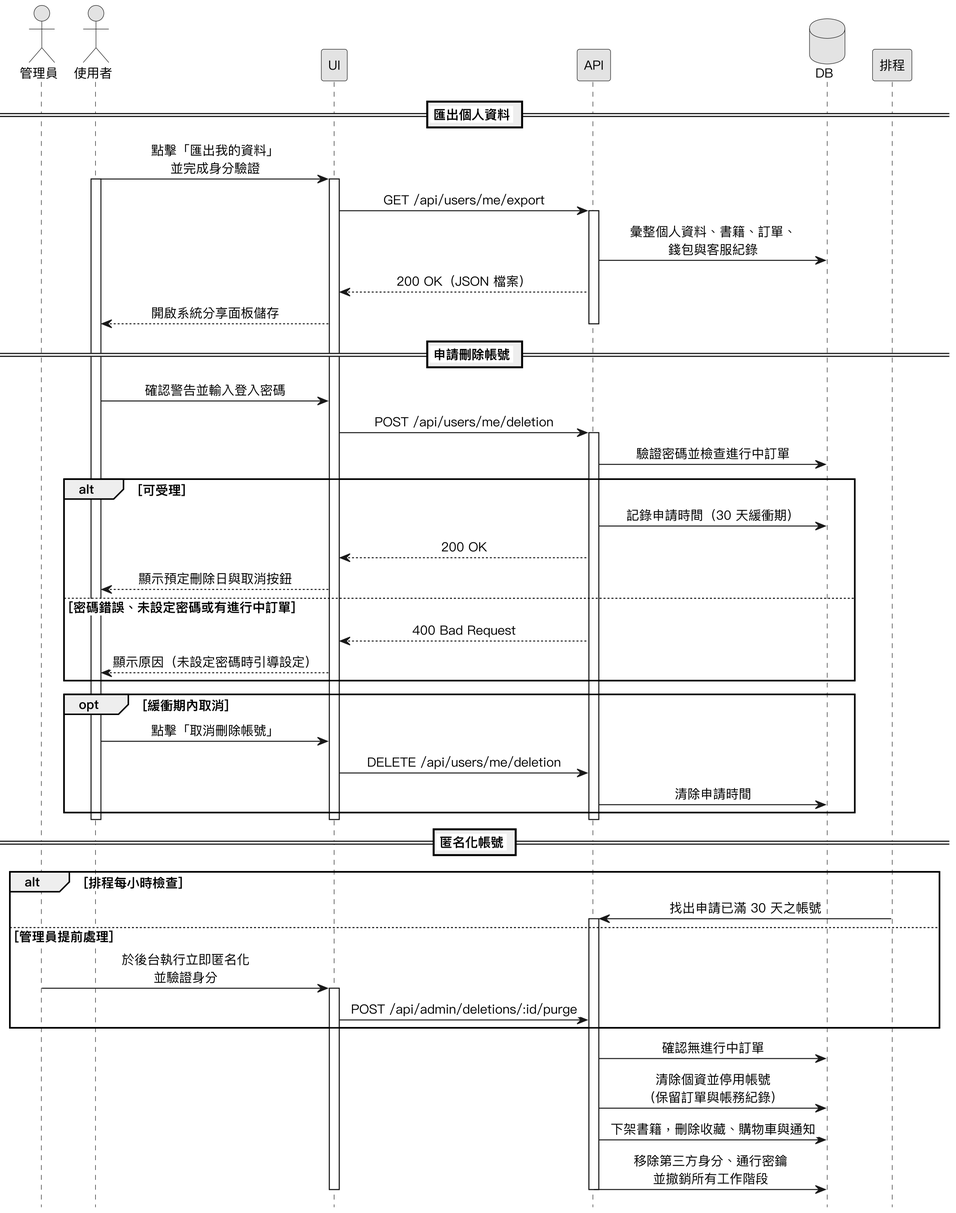
Earlier version of the PlantUML export Diagrams/Sequence Diagrams/v3/seq_account_deletion.png (SaveMyBook/SaveMyBook).
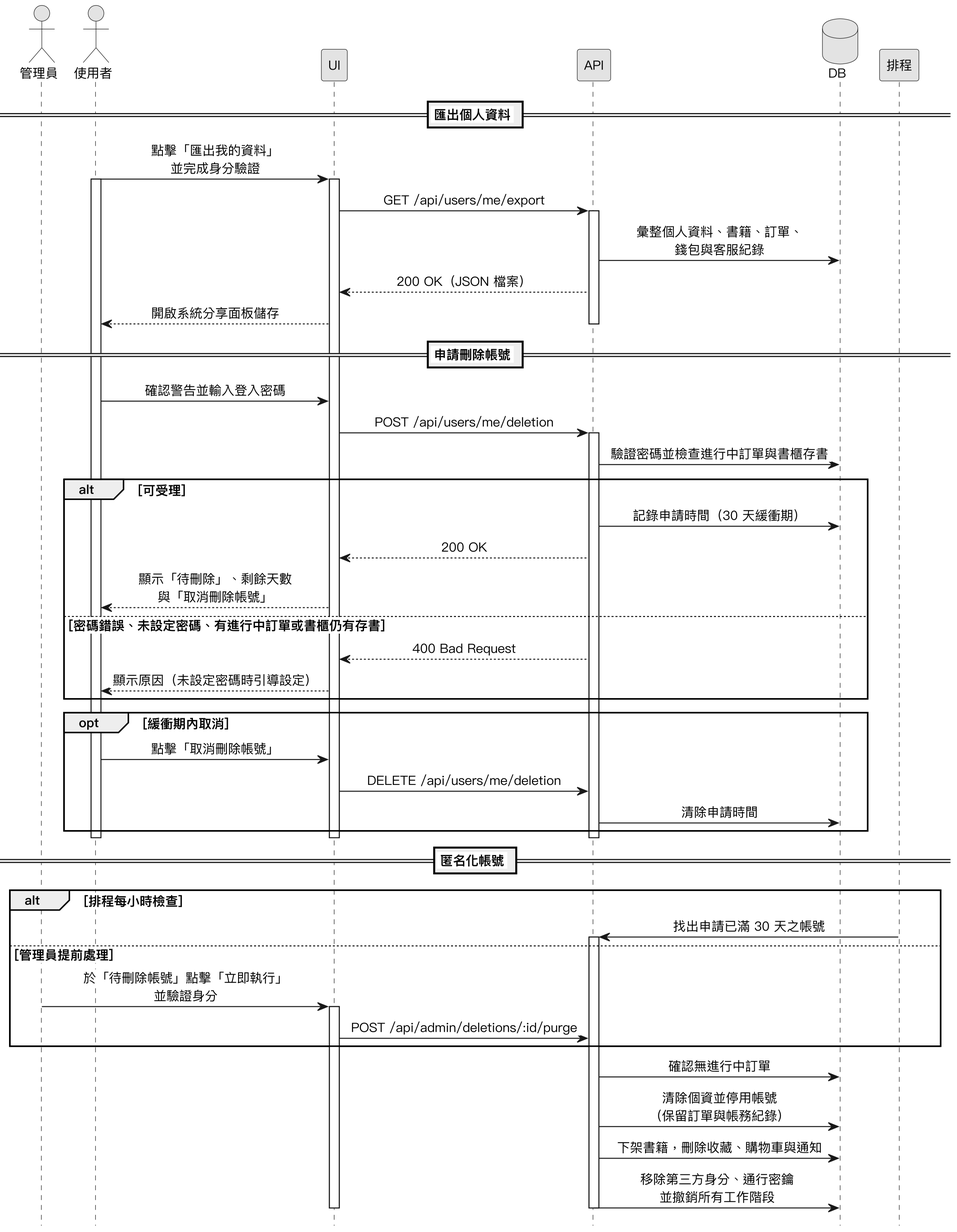
Later version of the same file.

The edit, as a diff of the source:
```diff
@@ -5,7 +5,7 @@
 skinparam defaultFontName "PingFang TC"
 skinparam defaultFontSize 13
 skinparam sequenceMessageAlign center
-skinparam ParticipantPadding 18
+skinparam ParticipantPadding 12
 hide footbox
 
 actor 管理員
@@ -30,12 +30,12 @@
 使用者 -> UI : 確認警告並輸入登入密碼
 UI -> API : POST /api/users/me/deletion
 activate API
-API -> DB : 驗證密碼並檢查進行中訂單
+API -> DB : 驗證密碼並檢查進行中訂單與書櫃存書
 alt 可受理
   API -> DB : 記錄申請時間（30 天緩衝期）
   API --> UI : 200 OK
-  UI --> 使用者 : 顯示預定刪除日與取消按鈕
-else 密碼錯誤、未設定密碼或有進行中訂單
+  UI --> 使用者 : 顯示「待刪除」、剩餘天數\n與「取消刪除帳號」
+else 密碼錯誤、未設定密碼、有進行中訂單或書櫃仍有存書
   API --> UI : 400 Bad Request
   UI --> 使用者 : 顯示原因（未設定密碼時引導設定）
 end
@@ -53,7 +53,7 @@
   排程 -> API : 找出申請已滿 30 天之帳號
   activate API
 else 管理員提前處理
-  管理員 -> UI : 於後台執行立即匿名化\n並驗證身分
+  管理員 -> UI : 於「待刪除帳號」點擊「立即執行」\n並驗證身分
   activate UI
   UI -> API : POST /api/admin/deletions/:id/purge
 end
```
